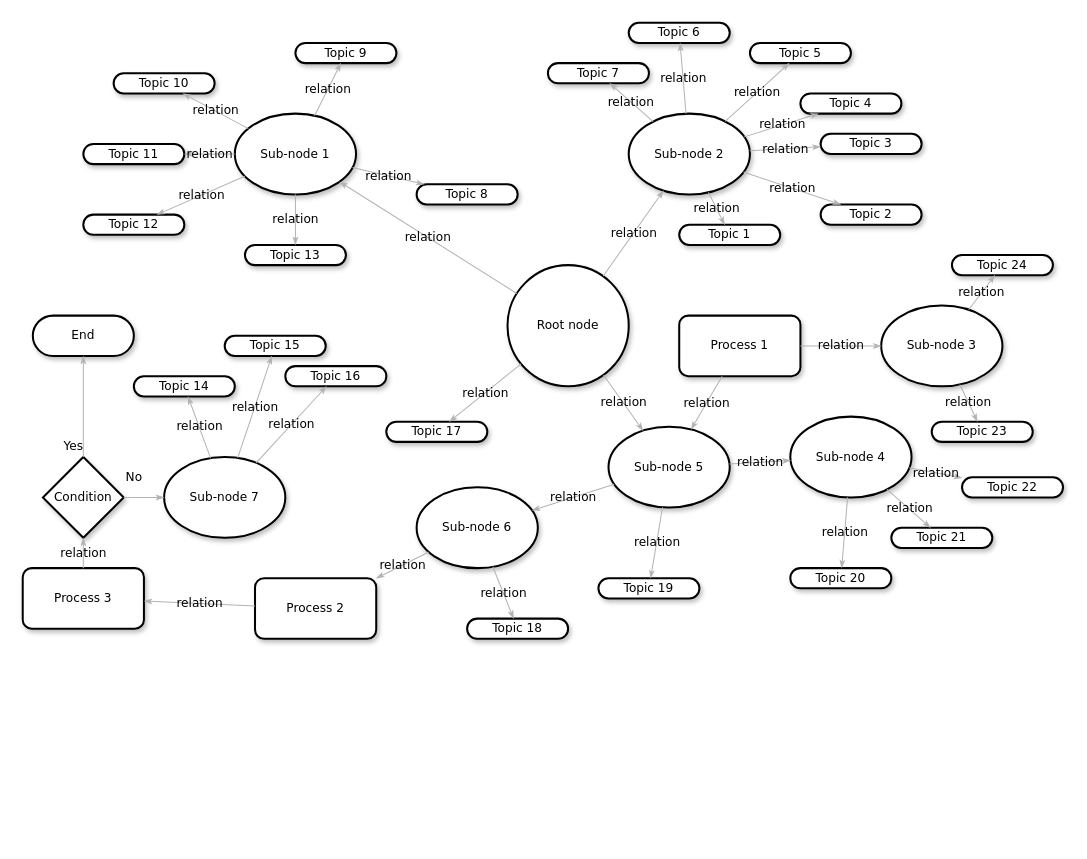
zarandras/hello-world keeps this draw.io diagram as Untitled Diagram.drawio. Above is the earlier version. Source tidied: cells renumbered, new cells numbered last; positions are measured from the earlier drawing's top-left corner, leaving out a move shared by most shapes. Both pictures are drawn from the tidied source at 101%, with x=0, y=0 at pixel (22, 22).
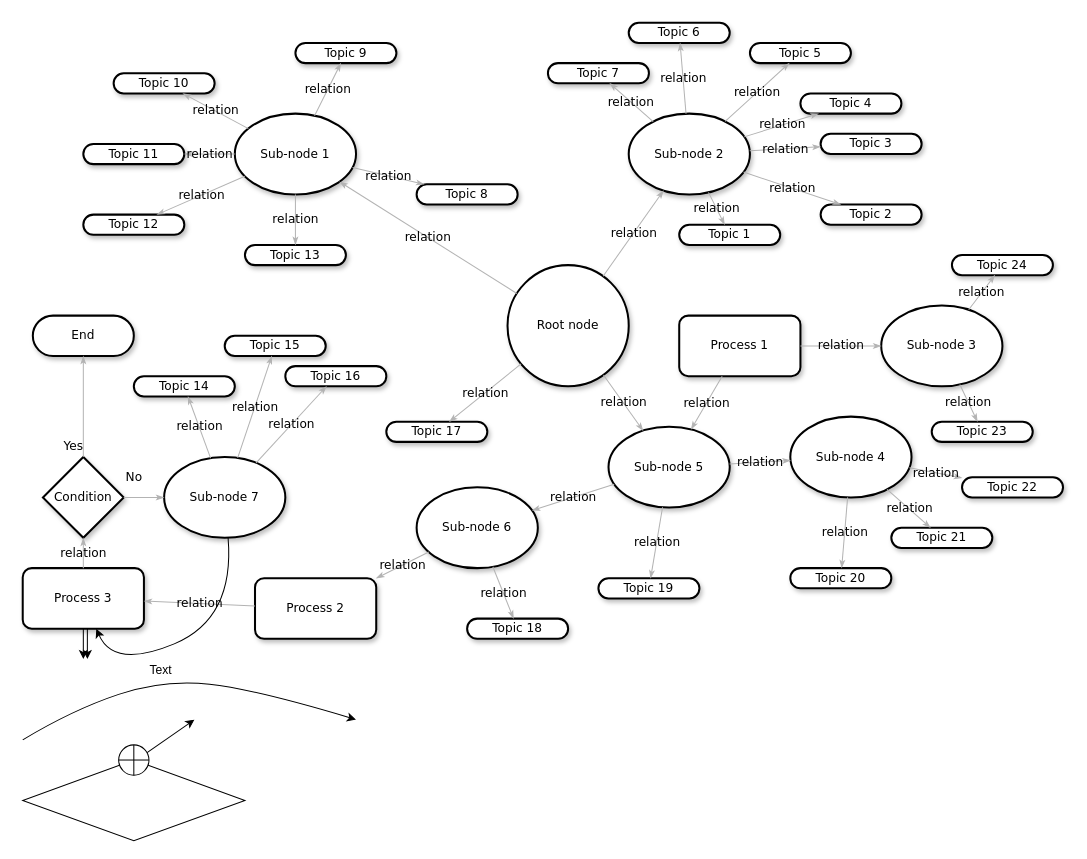
After the change.

The change refers to these unchanged cells:
```xml
<mxCell id="24" value="&lt;span&gt;Process 3&lt;/span&gt;" style="rounded=1;whiteSpace=wrap;html=1;shadow=1;comic=0;labelBackgroundColor=none;strokeColor=#000000;strokeWidth=2;fillColor=#FFFFFF;fontFamily=Verdana;fontSize=12;fontColor=#000000;align=center;" parent="1" vertex="1">
  <mxGeometry y="540" width="120" height="60" as="geometry" />
</mxCell>
<mxCell id="64" value="&lt;span&gt;Sub-node 7&lt;/span&gt;" style="ellipse;whiteSpace=wrap;html=1;rounded=1;shadow=1;comic=0;labelBackgroundColor=none;strokeColor=#000000;strokeWidth=2;fillColor=#FFFFFF;fontFamily=Verdana;fontSize=12;fontColor=#000000;align=center;" parent="1" vertex="1">
  <mxGeometry x="140" y="430" width="120" height="80" as="geometry" />
</mxCell>
```

Change to the diagram source:
```diff
@@
+    <mxCell id="75" style="curved=1;endArrow=classic;html=1;" parent="1" edge="1">
+      <mxGeometry relative="1" as="geometry">
+        <mxPoint y="710" as="sourcePoint" />
+        <mxPoint x="330" y="690" as="targetPoint" />
+        <Array as="points">
+          <mxPoint x="50" y="680" />
+          <mxPoint x="140" y="650" />
+          <mxPoint x="230" y="660" />
+        </Array>
+      </mxGeometry>
+    </mxCell>
+    <mxCell id="76" style="curved=1;endArrow=classic;html=1;" parent="1" edge="1" source="64" target="24">
+      <mxGeometry relative="1" as="geometry">
+        <Array as="points">
+          <mxPoint x="210" y="590" />
+          <mxPoint x="90" y="640" />
+        </Array>
+      </mxGeometry>
+    </mxCell>
+    <mxCell id="77" value="Text" style="text;html=1;align=left;verticalAlign=top;spacingTop=-4;" parent="1" vertex="1">
+      <mxGeometry x="124" y="631" width="40" height="20" as="geometry" />
+    </mxCell>
+    <mxCell id="78" style="endArrow=none;startArrow=classic;html=1;endFill=0;" parent="1" edge="1" target="24">
+      <mxGeometry relative="1" as="geometry">
+        <mxPoint x="60" y="630" as="sourcePoint" />
+      </mxGeometry>
+    </mxCell>
+    <mxCell id="79" style="endArrow=none;startArrow=classic;html=1;endFill=0;" parent="1" edge="1">
+      <mxGeometry relative="1" as="geometry">
+        <mxPoint x="64" y="630" as="sourcePoint" />
+        <mxPoint x="64" y="600" as="targetPoint" />
+      </mxGeometry>
+    </mxCell>
+    <mxCell id="80" style="rhombus;whiteSpace=wrap;html=1;" parent="1" vertex="1">
+      <mxGeometry y="730" width="220" height="80" as="geometry" />
+    </mxCell>
+    <mxCell id="81" style="endArrow=classic;startArrow=classic;html=1;exitX=0.633;exitY=0.467;exitDx=0;exitDy=0;exitPerimeter=0;" parent="1" edge="1" source="82">
+      <mxGeometry relative="1" as="geometry">
+        <mxPoint x="170" y="690" as="targetPoint" />
+      </mxGeometry>
+    </mxCell>
+    <mxCell id="82" style="shape=orEllipse;perimeter=ellipsePerimeter;whiteSpace=wrap;html=1;backgroundOutline=1;" parent="1" vertex="1">
+      <mxGeometry x="95" y="715" width="30" height="30" as="geometry" />
+    </mxCell>
```
